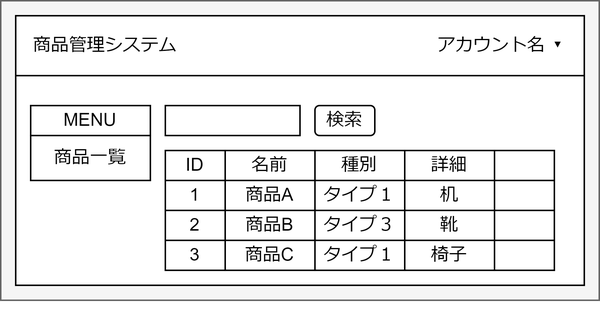
Before: drawio/itemManagement2-list1.drawio.png, a diagram exported from draw.io (nekkiChan/ItemManagement2). Source tidied: cells renumbered, new cells last; positions are measured from the earlier drawing's top-left corner, leaving out a move shared by most shapes. Source of this version:
```xml
<mxGraphModel>
  <root>
    <mxCell id="0" />
    <mxCell id="1" parent="0" />
    <mxCell id="2" style="rounded=0;whiteSpace=wrap;html=1;fillColor=#f5f5f5;fontColor=#333333;strokeColor=#666666;" parent="1" vertex="1">
      <mxGeometry width="400" height="200" as="geometry" />
    </mxCell>
    <mxCell id="3" style="rounded=0;whiteSpace=wrap;html=1;" parent="1" vertex="1">
      <mxGeometry x="10" y="10" width="380" height="180" as="geometry" />
    </mxCell>
    <mxCell id="4" style="rounded=0;whiteSpace=wrap;html=1;" parent="1" vertex="1">
      <mxGeometry x="10" y="10" width="380" height="40" as="geometry" />
    </mxCell>
    <mxCell id="5" value="商品管理システム" style="text;html=1;strokeColor=none;fillColor=none;align=center;verticalAlign=middle;whiteSpace=wrap;rounded=0;" parent="1" vertex="1">
      <mxGeometry x="10" y="15" width="120" height="30" as="geometry" />
    </mxCell>
    <mxCell id="6" value="アカウント名 ▾" style="text;html=1;strokeColor=none;fillColor=none;align=center;verticalAlign=middle;whiteSpace=wrap;rounded=0;" parent="1" vertex="1">
      <mxGeometry x="280" y="15" width="110" height="30" as="geometry" />
    </mxCell>
    <mxCell id="7" style="group;" parent="1" vertex="1">
      <mxGeometry x="20" y="70" width="80" height="50" as="geometry" />
    </mxCell>
    <mxCell id="8" value="商品一覧" style="rounded=0;whiteSpace=wrap;html=1;" parent="7" vertex="1">
      <mxGeometry y="20" width="80" height="30" as="geometry" />
    </mxCell>
    <mxCell id="9" value="MENU" style="rounded=0;whiteSpace=wrap;html=1;" parent="7" vertex="1">
      <mxGeometry width="80" height="20" as="geometry" />
    </mxCell>
    <mxCell id="10" style="edgeStyle=orthogonalEdgeStyle;rounded=0;orthogonalLoop=1;jettySize=auto;html=1;exitX=0.5;exitY=1;exitDx=0;exitDy=0;" parent="1" edge="1">
      <mxGeometry relative="1" as="geometry">
        <mxPoint x="240" y="110" as="sourcePoint" />
        <mxPoint x="240" y="110" as="targetPoint" />
      </mxGeometry>
    </mxCell>
    <mxCell id="11" style="rounded=0;whiteSpace=wrap;html=1;" parent="1" vertex="1">
      <mxGeometry x="110" y="70" width="90" height="20" as="geometry" />
    </mxCell>
    <mxCell id="12" value="検索" style="rounded=1;whiteSpace=wrap;html=1;" parent="1" vertex="1">
      <mxGeometry x="210" y="70" width="40" height="20" as="geometry" />
    </mxCell>
    <mxCell id="13" style="group;" parent="1" vertex="1">
      <mxGeometry x="110" y="100" width="260" height="20" as="geometry" />
    </mxCell>
    <mxCell id="14" value="ID" style="rounded=0;whiteSpace=wrap;html=1;" parent="13" vertex="1">
      <mxGeometry width="40" height="20" as="geometry" />
    </mxCell>
    <mxCell id="15" value="名前" style="rounded=0;whiteSpace=wrap;html=1;" parent="13" vertex="1">
      <mxGeometry x="40" width="60" height="20" as="geometry" />
    </mxCell>
    <mxCell id="16" value="種別" style="rounded=0;whiteSpace=wrap;html=1;" parent="13" vertex="1">
      <mxGeometry x="100" width="60" height="20" as="geometry" />
    </mxCell>
    <mxCell id="17" value="詳細" style="rounded=0;whiteSpace=wrap;html=1;" parent="13" vertex="1">
      <mxGeometry x="160" width="60" height="20" as="geometry" />
    </mxCell>
    <mxCell id="18" style="rounded=0;whiteSpace=wrap;html=1;" parent="13" vertex="1">
      <mxGeometry x="220" width="40" height="20" as="geometry" />
    </mxCell>
    <mxCell id="19" style="group;" parent="1" vertex="1">
      <mxGeometry x="110" y="120" width="260" height="20" as="geometry" />
    </mxCell>
    <mxCell id="20" value="1" style="rounded=0;whiteSpace=wrap;html=1;" parent="19" vertex="1">
      <mxGeometry width="40" height="20" as="geometry" />
    </mxCell>
    <mxCell id="21" value="商品A" style="rounded=0;whiteSpace=wrap;html=1;" parent="19" vertex="1">
      <mxGeometry x="40" width="60" height="20" as="geometry" />
    </mxCell>
    <mxCell id="22" value="タイプ１" style="rounded=0;whiteSpace=wrap;html=1;" parent="19" vertex="1">
      <mxGeometry x="100" width="60" height="20" as="geometry" />
    </mxCell>
    <mxCell id="23" value="机" style="rounded=0;whiteSpace=wrap;html=1;" parent="19" vertex="1">
      <mxGeometry x="160" width="60" height="20" as="geometry" />
    </mxCell>
    <mxCell id="24" style="rounded=0;whiteSpace=wrap;html=1;" parent="19" vertex="1">
      <mxGeometry x="220" width="40" height="20" as="geometry" />
    </mxCell>
    <mxCell id="25" style="group;" parent="1" vertex="1">
      <mxGeometry x="110" y="140" width="260" height="20" as="geometry" />
    </mxCell>
    <mxCell id="26" value="2" style="rounded=0;whiteSpace=wrap;html=1;" parent="25" vertex="1">
      <mxGeometry width="40" height="20" as="geometry" />
    </mxCell>
    <mxCell id="27" value="商品B" style="rounded=0;whiteSpace=wrap;html=1;" parent="25" vertex="1">
      <mxGeometry x="40" width="60" height="20" as="geometry" />
    </mxCell>
    <mxCell id="28" value="タイプ３" style="rounded=0;whiteSpace=wrap;html=1;" parent="25" vertex="1">
      <mxGeometry x="100" width="60" height="20" as="geometry" />
    </mxCell>
    <mxCell id="29" value="靴" style="rounded=0;whiteSpace=wrap;html=1;" parent="25" vertex="1">
      <mxGeometry x="160" width="60" height="20" as="geometry" />
    </mxCell>
    <mxCell id="30" style="rounded=0;whiteSpace=wrap;html=1;" parent="25" vertex="1">
      <mxGeometry x="220" width="40" height="20" as="geometry" />
    </mxCell>
    <mxCell id="31" style="group;" parent="1" vertex="1">
      <mxGeometry x="110" y="160" width="260" height="20" as="geometry" />
    </mxCell>
    <mxCell id="32" value="3" style="rounded=0;whiteSpace=wrap;html=1;" parent="31" vertex="1">
      <mxGeometry width="40" height="20" as="geometry" />
    </mxCell>
    <mxCell id="33" value="商品C" style="rounded=0;whiteSpace=wrap;html=1;" parent="31" vertex="1">
      <mxGeometry x="40" width="60" height="20" as="geometry" />
    </mxCell>
    <mxCell id="34" value="タイプ１" style="rounded=0;whiteSpace=wrap;html=1;" parent="31" vertex="1">
      <mxGeometry x="100" width="60" height="20" as="geometry" />
    </mxCell>
    <mxCell id="35" value="椅子" style="rounded=0;whiteSpace=wrap;html=1;" parent="31" vertex="1">
      <mxGeometry x="160" width="60" height="20" as="geometry" />
    </mxCell>
    <mxCell id="36" style="rounded=0;whiteSpace=wrap;html=1;" parent="31" vertex="1">
      <mxGeometry x="220" width="40" height="20" as="geometry" />
    </mxCell>
    <mxCell id="37" style="edgeStyle=orthogonalEdgeStyle;rounded=0;orthogonalLoop=1;jettySize=auto;html=1;exitX=0.5;exitY=1;exitDx=0;exitDy=0;" parent="1" edge="1" source="2" target="2">
      <mxGeometry relative="1" as="geometry" />
    </mxCell>
  </root>
</mxGraphModel>
```
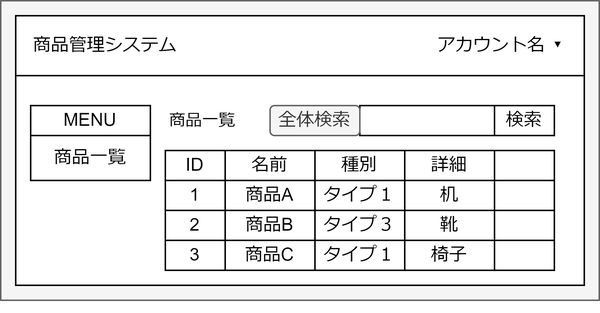
The same diagram one commit later.

The edit, as a diff of the source:
```diff
@@ -33,11 +33,8 @@
       </mxGeometry>
     </mxCell>
     <mxCell id="11" style="rounded=0;whiteSpace=wrap;html=1;" parent="1" vertex="1">
-      <mxGeometry x="110" y="70" width="90" height="20" as="geometry" />
+      <mxGeometry x="240" y="70" width="90" height="20" as="geometry" />
     </mxCell>
-    <mxCell id="12" value="検索" style="rounded=1;whiteSpace=wrap;html=1;" parent="1" vertex="1">
-      <mxGeometry x="210" y="70" width="40" height="20" as="geometry" />
-    </mxCell>
     <mxCell id="13" style="group;" parent="1" vertex="1">
       <mxGeometry x="110" y="100" width="260" height="20" as="geometry" />
     </mxCell>
@@ -113,5 +110,14 @@
     <mxCell id="37" style="edgeStyle=orthogonalEdgeStyle;rounded=0;orthogonalLoop=1;jettySize=auto;html=1;exitX=0.5;exitY=1;exitDx=0;exitDy=0;" parent="1" edge="1" source="2" target="2">
       <mxGeometry relative="1" as="geometry" />
     </mxCell>
+    <mxCell id="38" value="全体検索" style="rounded=1;whiteSpace=wrap;html=1;fillColor=#f5f5f5;fontColor=#333333;strokeColor=#666666;" parent="1" vertex="1">
+      <mxGeometry x="180" y="70" width="60" height="20" as="geometry" />
+    </mxCell>
+    <mxCell id="12" value="検索" style="rounded=0;whiteSpace=wrap;html=1;" parent="1" vertex="1">
+      <mxGeometry x="330" y="70" width="40" height="20" as="geometry" />
+    </mxCell>
+    <mxCell id="39" value="&lt;font style=&quot;font-size: 11px;&quot;&gt;商品一覧&lt;/font&gt;" style="text;html=1;strokeColor=none;fillColor=none;align=center;verticalAlign=middle;whiteSpace=wrap;rounded=0;" parent="1" vertex="1">
+      <mxGeometry x="90" y="65" width="90" height="30" as="geometry" />
+    </mxCell>
   </root>
 </mxGraphModel>
```
